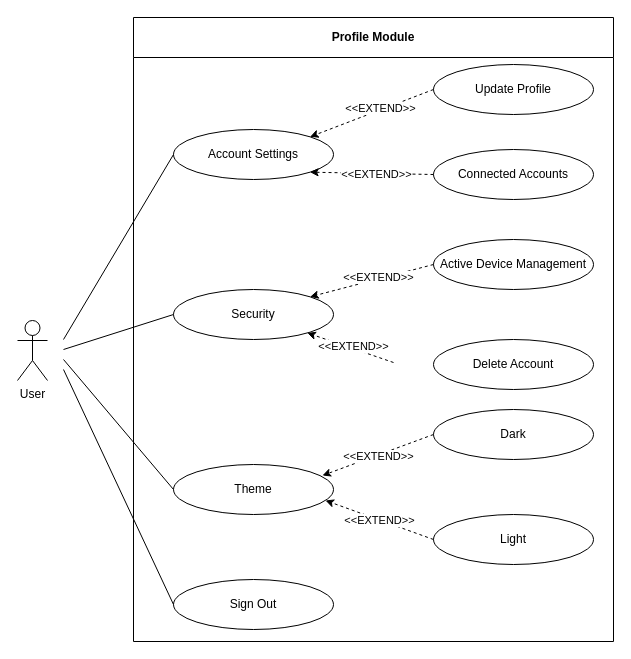
This is Usecase Diagram/Profile Module.drawio from Harshul1484/BMP-, a draw.io file, before an edit. Source tidied: cells renumbered, new cells numbered last; positions are measured from the earlier drawing's top-left corner, leaving out a move shared by most shapes. Both pictures are drawn from the tidied source at 100%, with x=0, y=0 at pixel (17, 17).
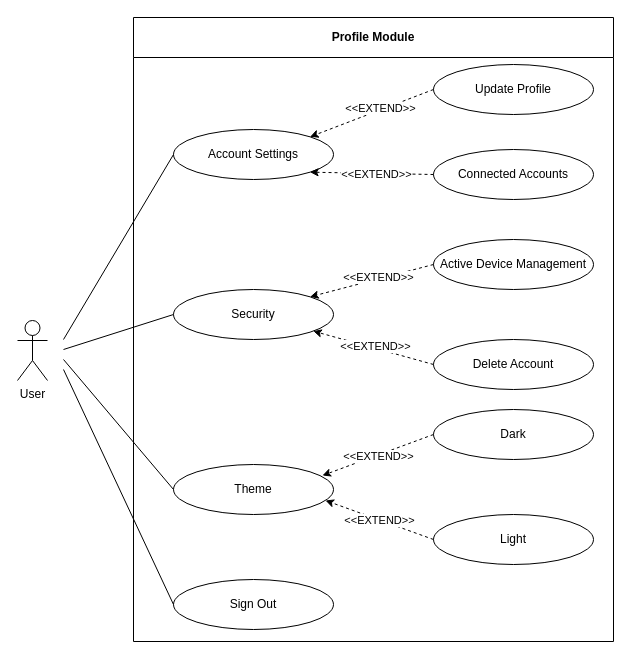
After the change.

Unchanged cells that the change refers to:
```xml
<mxCell id="2" value="Profile Module" style="swimlane;whiteSpace=wrap;html=1;startSize=40;labelBackgroundColor=none;fillColor=none;" parent="1" vertex="1">
  <mxGeometry x="116" width="480" height="624" as="geometry" />
</mxCell>
<mxCell id="4" value="Security" style="ellipse;whiteSpace=wrap;html=1;labelBackgroundColor=none;fillColor=none;" parent="2" vertex="1">
  <mxGeometry x="40" y="272" width="160" height="50" as="geometry" />
</mxCell>
<mxCell id="7" value="Delete Account" style="ellipse;whiteSpace=wrap;html=1;labelBackgroundColor=none;fillColor=none;" parent="2" vertex="1">
  <mxGeometry x="300" y="322" width="160" height="50" as="geometry" />
</mxCell>
```

The edit, as a diff of the source:
```diff
@@
-    <mxCell id="19" style="endArrow=classic;html=1;rounded=0;exitX=0;exitY=0.5;exitDx=0;exitDy=0;dashed=1;labelBackgroundColor=none;" parent="2" edge="1" target="4">
-      <mxGeometry relative="1" as="geometry">
-        <mxPoint x="260" y="345" as="sourcePoint" />
-      </mxGeometry>
+    <mxCell id="19" style="endArrow=classic;html=1;rounded=0;exitX=0;exitY=0.5;exitDx=0;exitDy=0;dashed=1;labelBackgroundColor=none;" parent="2" edge="1" source="7" target="4">
+      <mxGeometry relative="1" as="geometry" />
     </mxCell>
```
